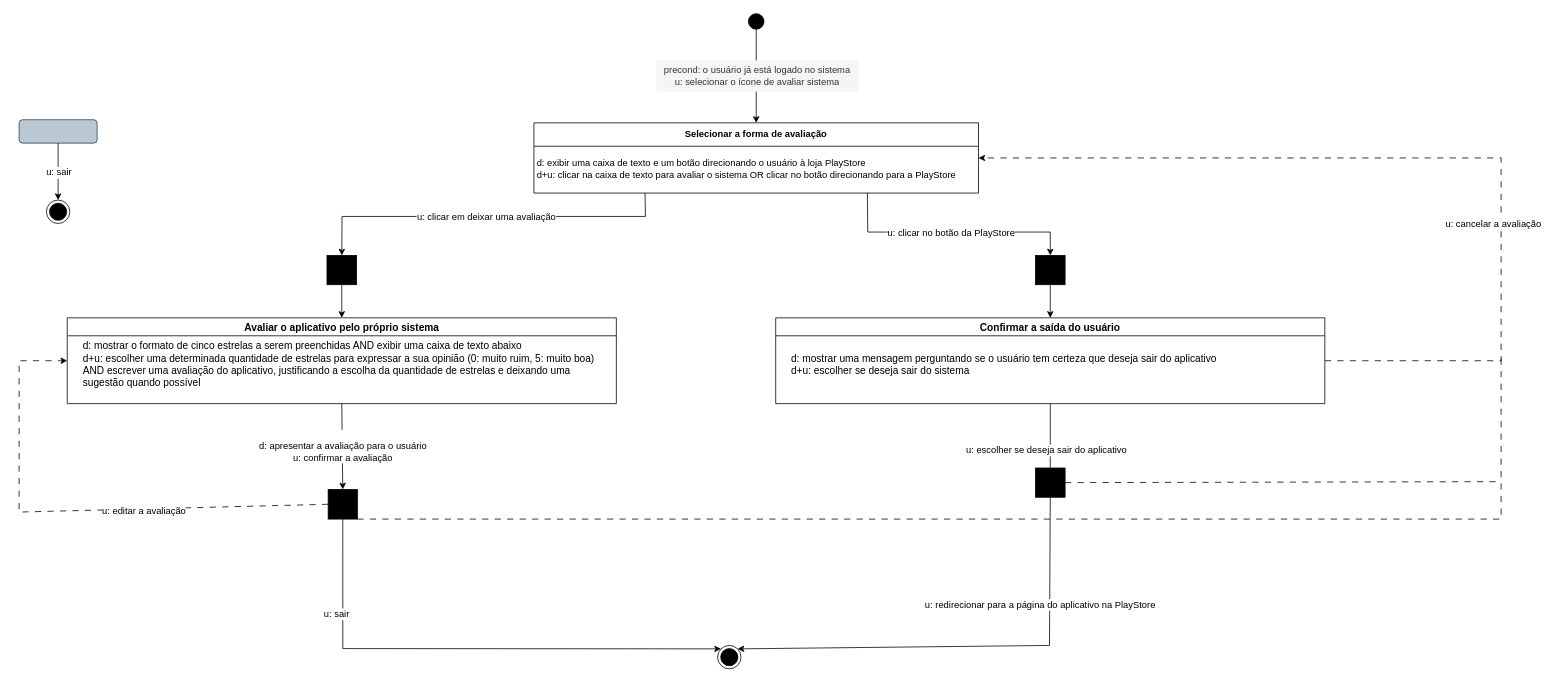
manuelamfo/TP-IHC-2024-2 keeps this draw.io diagram as tp ihc - modelagem de interação feedback do sistema.drawio. Above is the earlier version. Source tidied: cells renumbered, new cells numbered last; positions are measured from the earlier drawing's top-left corner, leaving out a move shared by most shapes. Both pictures are drawn from the tidied source at 78%, with x=0, y=0 at pixel (19, 13).
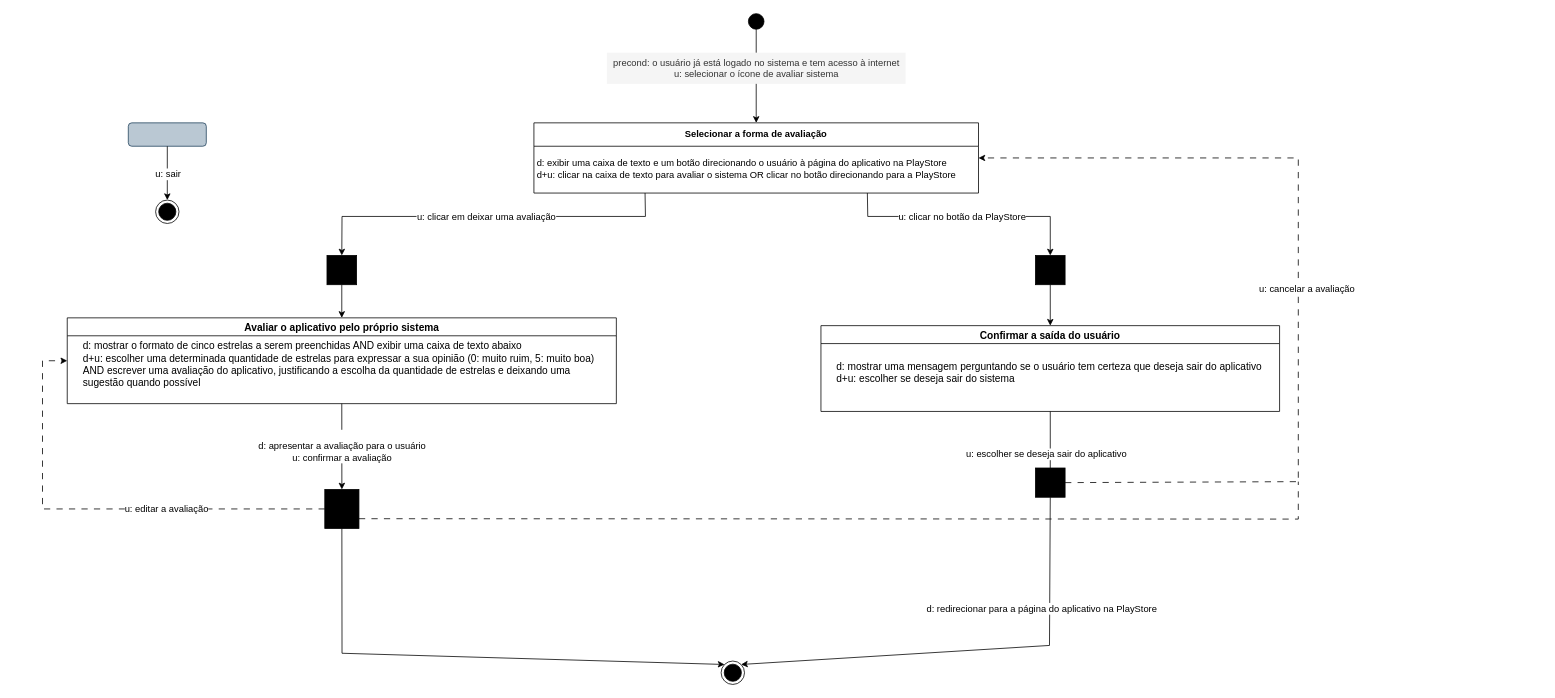
The same page after the edit.

Unchanged cells that the change refers to:
```xml
<mxCell id="2" value="&lt;span style=&quot;font-size: 13px;&quot;&gt;Avaliar o aplicativo pelo próprio sistema&lt;/span&gt;" style="swimlane;whiteSpace=wrap;html=1;" parent="1" vertex="1">
  <mxGeometry x="61.7" y="390" width="704" height="110" as="geometry" />
</mxCell>
<mxCell id="16" value="Selecionar a forma de avaliação" style="swimlane;whiteSpace=wrap;html=1;startSize=30;" parent="1" vertex="1">
  <mxGeometry x="660" y="140" width="570" height="90" as="geometry" />
</mxCell>
<mxCell id="30" style="whiteSpace=wrap;html=1;fontStyle=1;startSize=23;fillColor=#000000;" parent="1" vertex="1">
  <mxGeometry x="1303" y="310" width="38" height="37.5" as="geometry" />
</mxCell>
<mxCell id="36" style="whiteSpace=wrap;html=1;fontStyle=1;startSize=23;fillColor=#000000;" parent="1" vertex="1">
  <mxGeometry x="1303" y="582.5" width="38" height="37.5" as="geometry" />
</mxCell>
<mxCell id="37" style="endArrow=classic;html=1;rounded=0;exitX=0.5;exitY=1;exitDx=0;exitDy=0;entryX=1;entryY=0;entryDx=0;entryDy=0;" parent="1" edge="1" source="36" target="8">
  <mxGeometry relative="1" as="geometry">
    <Array as="points">
      <mxPoint x="1321" y="810" />
    </Array>
  </mxGeometry>
</mxCell>
```

Diff of the diagram source:
```diff
@@
     <mxCell id="5" style="whiteSpace=wrap;html=1;fontStyle=1;startSize=23;fillColor=#000000;direction=south;" parent="1" vertex="1">
-      <mxGeometry x="396.2" y="610" width="37.5" height="38" as="geometry" />
+      <mxGeometry x="391.9" y="610" width="43.8" height="50" as="geometry" />
     </mxCell>
@@
     <mxCell id="8" style="ellipse;html=1;shape=endState;fillColor=#000000;strokeColor=#000000;" parent="1" vertex="1">
-      <mxGeometry x="895.5" y="810" width="30" height="30" as="geometry" />
+      <mxGeometry x="900" y="830" width="30" height="30" as="geometry" />
     </mxCell>
     <mxCell id="9" style="endArrow=classic;html=1;rounded=0;exitX=1;exitY=0.5;exitDx=0;exitDy=0;entryX=0;entryY=0;entryDx=0;entryDy=0;" parent="1" edge="1" source="5" target="8">
       <mxGeometry relative="1" as="geometry">
         <Array as="points">
-          <mxPoint x="415" y="814" />
+          <mxPoint x="414" y="820" />
         </Array>
       </mxGeometry>
     </mxCell>
-    <mxCell id="10" value="u: sair" style="edgeLabel;html=1;align=center;verticalAlign=middle;fontSize=12;" parent="9" vertex="1">
-      <mxGeometry relative="1" as="geometry">
-        <mxPoint x="-167" y="-45" as="offset" />
-      </mxGeometry>
-    </mxCell>
     <mxCell id="11" style="rounded=1;whiteSpace=wrap;html=1;fillColor=#bac8d3;strokeColor=#23445d;" parent="1" vertex="1">
-      <mxGeometry y="136" width="100" height="30" as="geometry" />
+      <mxGeometry x="140" y="140" width="100" height="30" as="geometry" />
     </mxCell>
@@
     <mxCell id="14" style="ellipse;html=1;shape=endState;fillColor=#000000;strokeColor=#000000;" parent="1" vertex="1">
-      <mxGeometry x="35" y="239" width="30" height="30" as="geometry" />
+      <mxGeometry x="175" y="239" width="30" height="30" as="geometry" />
     </mxCell>
@@
-    <mxCell id="17" value="d: exibir uma caixa de texto e um botão direcionando o usuário à loja PlayStore&lt;div&gt;d+u: clicar na caixa de texto para avaliar o sistema OR clicar no botão direcionando para a PlayStore&lt;/div&gt;" style="text;html=1;align=left;verticalAlign=middle;strokeColor=none;fillColor=none;" parent="16" vertex="1">
+    <mxCell id="17" value="d: exibir uma caixa de texto e um botão direcionando o usuário à página do aplicativo na PlayStore&lt;div&gt;d+u: clicar na caixa de texto para avaliar o sistema OR clicar no botão direcionando para a PlayStore&lt;/div&gt;" style="text;html=1;align=left;verticalAlign=middle;strokeColor=none;fillColor=none;" parent="16" vertex="1">
       <mxGeometry x="1.5" y="39" width="560" height="40" as="geometry" />
     </mxCell>
-    <mxCell id="18" value="&lt;div style=&quot;&quot;&gt;precond: o usuário já está logado no sistema&lt;/div&gt;&lt;div style=&quot;&quot;&gt;&lt;span style=&quot;background-color: initial;&quot;&gt;u: selecionar o ícone de avaliar sistema&lt;/span&gt;&lt;/div&gt;" style="text;html=1;align=center;verticalAlign=middle;whiteSpace=wrap;rounded=0;fillColor=#f5f5f5;fontColor=#333333;strokeColor=none;" parent="1" vertex="1">
-      <mxGeometry x="817" y="60" width="259" height="40" as="geometry" />
+    <mxCell id="18" value="&lt;div style=&quot;&quot;&gt;precond: o usuário já está logado no sistema e tem acesso à internet&lt;/div&gt;&lt;div style=&quot;&quot;&gt;&lt;span style=&quot;background-color: initial;&quot;&gt;u: selecionar o ícone de avaliar sistema&lt;/span&gt;&lt;/div&gt;" style="text;html=1;align=center;verticalAlign=middle;whiteSpace=wrap;rounded=0;fillColor=#f5f5f5;fontColor=#333333;strokeColor=none;" parent="1" vertex="1">
+      <mxGeometry x="753.5" y="50" width="383" height="40" as="geometry" />
     </mxCell>
@@
-    <mxCell id="23" style="endArrow=classic;html=1;rounded=0;dashed=1;dashPattern=8 8;exitX=1;exitY=0.5;exitDx=0;exitDy=0;entryX=1;entryY=0.5;entryDx=0;entryDy=0;" parent="1" edge="1" source="31" target="16">
+    <mxCell id="23" style="endArrow=classic;html=1;rounded=0;dashed=1;dashPattern=8 8;exitX=1;exitY=0.5;exitDx=0;exitDy=0;entryX=1;entryY=0.5;entryDx=0;entryDy=0;" parent="1" edge="1" source="36" target="16">
       <mxGeometry relative="1" as="geometry">
         <Array as="points">
-          <mxPoint x="1900" y="445" />
-          <mxPoint x="1900" y="185" />
+          <mxPoint x="1640" y="600" />
+          <mxPoint x="1640" y="185" />
         </Array>
       </mxGeometry>
     </mxCell>
     <mxCell id="24" value="u: cancelar a avaliação" style="edgeLabel;html=1;align=center;verticalAlign=middle;fontSize=12;" parent="23" vertex="1">
       <mxGeometry relative="1" as="geometry">
-        <mxPoint x="81" y="84" as="offset" />
+        <mxPoint x="10" y="15" as="offset" />
       </mxGeometry>
     </mxCell>
     <mxCell id="25" style="endArrow=classic;html=1;rounded=0;dashed=1;dashPattern=8 8;entryX=0;entryY=0.5;entryDx=0;entryDy=0;exitX=0.5;exitY=1;exitDx=0;exitDy=0;" parent="1" edge="1" source="5" target="2">
       <mxGeometry relative="1" as="geometry">
         <Array as="points">
-          <mxPoint y="639" />
-          <mxPoint y="445" />
+          <mxPoint x="30" y="635" />
+          <mxPoint x="30" y="445" />
         </Array>
       </mxGeometry>
     </mxCell>
@@
-    <mxCell id="27" style="endArrow=none;html=1;rounded=0;exitX=1;exitY=0;exitDx=0;exitDy=0;dashed=1;dashPattern=8 8;" parent="1" edge="1" source="5">
+    <mxCell id="27" style="endArrow=none;html=1;rounded=0;dashed=1;dashPattern=8 8;exitX=0.75;exitY=0;exitDx=0;exitDy=0;" parent="1" edge="1" source="5">
       <mxGeometry relative="1" as="geometry">
-        <mxPoint x="1900" y="440" as="targetPoint" />
+        <mxPoint x="1640" y="600" as="targetPoint" />
         <Array as="points">
-          <mxPoint x="1900" y="648" />
+          <mxPoint x="1640" y="648" />
         </Array>
       </mxGeometry>
     </mxCell>
     <mxCell id="28" style="endArrow=classic;html=1;rounded=0;entryX=0.5;entryY=0;entryDx=0;entryDy=0;exitX=0.75;exitY=1;exitDx=0;exitDy=0;" parent="1" edge="1" source="16" target="30">
       <mxGeometry relative="1" as="geometry">
         <Array as="points">
-          <mxPoint x="1088" y="280" />
-          <mxPoint x="1322" y="280" />
+          <mxPoint x="1088" y="260" />
+          <mxPoint x="1322" y="260" />
         </Array>
       </mxGeometry>
     </mxCell>
     <mxCell id="29" value="u: clicar no botão da PlayStore" style="edgeLabel;html=1;align=center;verticalAlign=middle;fontSize=12;" parent="28" vertex="1">
-      <mxGeometry relative="1" as="geometry" />
+      <mxGeometry relative="1" as="geometry">
+        <mxPoint x="-6" as="offset" />
+      </mxGeometry>
     </mxCell>
@@
     <mxCell id="31" value="&lt;span style=&quot;font-size: 13px;&quot;&gt;Confirmar a saída do usuário&lt;/span&gt;" style="swimlane;whiteSpace=wrap;html=1;" parent="1" vertex="1">
-      <mxGeometry x="970" y="390" width="704" height="110" as="geometry" />
+      <mxGeometry x="1028" y="400" width="588" height="110" as="geometry" />
     </mxCell>
@@
-    <mxCell id="38" value="u: redirecionar para a página do aplicativo na PlayStore" style="edgeLabel;html=1;align=center;verticalAlign=middle;fontSize=12;" parent="37" vertex="1">
+    <mxCell id="38" value="d: redirecionar para a página do aplicativo na PlayStore" style="edgeLabel;html=1;align=center;verticalAlign=middle;fontSize=12;" parent="37" vertex="1">
       <mxGeometry relative="1" as="geometry">
         <mxPoint x="92" y="-54" as="offset" />
       </mxGeometry>
     </mxCell>
-    <mxCell id="39" style="endArrow=none;html=1;rounded=0;exitX=1;exitY=0.5;exitDx=0;exitDy=0;dashed=1;dashPattern=8 8;" parent="1" edge="1" source="36">
-      <mxGeometry relative="1" as="geometry">
-        <mxPoint x="1900" y="600" as="targetPoint" />
-      </mxGeometry>
-    </mxCell>
```
